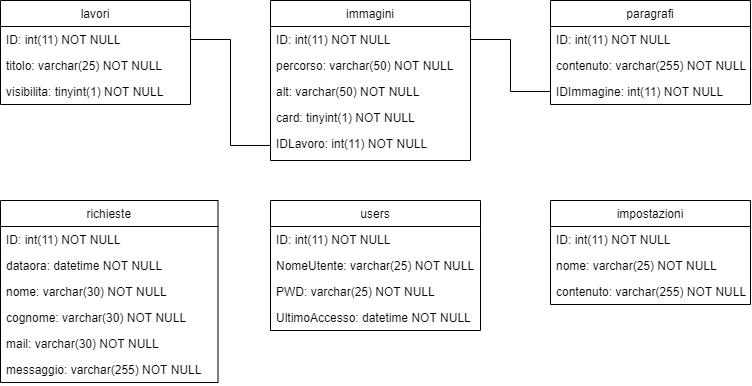
Earlier version of the draw.io export Relazione/latex/images/db.png (httpedo13/progettotecweb). Source tidied: cells renumbered, new cells last; positions are measured from the earlier drawing's top-left corner, leaving out a move shared by most shapes. Source of this version:
```xml
<mxGraphModel>
  <root>
    <mxCell id="0" />
    <mxCell id="1" parent="0" />
    <mxCell id="2" value="immagini" style="swimlane;fontStyle=0;horizontal=1;startSize=26;fillColor=none;" parent="1" vertex="1">
      <mxGeometry x="270" width="200" height="160" as="geometry" />
    </mxCell>
    <mxCell id="3" value="ID: int(11) NOT NULL" style="text;strokeColor=none;fillColor=none;align=left;verticalAlign=top;spacingLeft=4;spacingRight=4;overflow=hidden;points=[[0,0.5],[1,0.5]];portConstraint=eastwest;" parent="2" vertex="1">
      <mxGeometry y="26" width="200" height="26" as="geometry" />
    </mxCell>
    <mxCell id="4" value="percorso: varchar(50) NOT NULL" style="text;strokeColor=none;fillColor=none;align=left;verticalAlign=top;spacingLeft=4;spacingRight=4;overflow=hidden;" parent="2" vertex="1">
      <mxGeometry y="52" width="200" height="26" as="geometry" />
    </mxCell>
    <mxCell id="5" value="alt: varchar(50) NOT NULL" style="text;strokeColor=none;fillColor=none;align=left;verticalAlign=top;spacingLeft=4;spacingRight=4;overflow=hidden;" parent="2" vertex="1">
      <mxGeometry y="78" width="200" height="26" as="geometry" />
    </mxCell>
    <mxCell id="6" value="card: tinyint(1) NOT NULL" style="text;strokeColor=none;fillColor=none;align=left;verticalAlign=top;spacingLeft=4;spacingRight=4;overflow=hidden;" parent="2" vertex="1">
      <mxGeometry y="104" width="200" height="26" as="geometry" />
    </mxCell>
    <mxCell id="7" value="IDLavoro: int(11) NOT NULL" style="text;strokeColor=none;fillColor=none;align=left;verticalAlign=top;spacingLeft=4;spacingRight=4;overflow=hidden;points=[[0,0.5],[1,0.5]];portConstraint=eastwest;" parent="2" vertex="1">
      <mxGeometry y="130" width="200" height="30" as="geometry" />
    </mxCell>
    <mxCell id="8" value="lavori" style="swimlane;fontStyle=0;horizontal=1;startSize=26;fillColor=none;" parent="1" vertex="1">
      <mxGeometry width="190" height="104" as="geometry" />
    </mxCell>
    <mxCell id="9" value="ID: int(11) NOT NULL" style="text;strokeColor=none;fillColor=none;align=left;verticalAlign=top;spacingLeft=4;spacingRight=4;overflow=hidden;points=[[0,0.5],[1,0.5]];portConstraint=eastwest;" parent="8" vertex="1">
      <mxGeometry y="26" width="190" height="26" as="geometry" />
    </mxCell>
    <mxCell id="10" value="titolo: varchar(25) NOT NULL" style="text;strokeColor=none;fillColor=none;align=left;verticalAlign=top;spacingLeft=4;spacingRight=4;overflow=hidden;" parent="8" vertex="1">
      <mxGeometry y="52" width="190" height="26" as="geometry" />
    </mxCell>
    <mxCell id="11" value="visibilita: tinyint(1) NOT NULL" style="text;strokeColor=none;fillColor=none;align=left;verticalAlign=top;spacingLeft=4;spacingRight=4;overflow=hidden;" parent="8" vertex="1">
      <mxGeometry y="78" width="190" height="26" as="geometry" />
    </mxCell>
    <mxCell id="12" style="rounded=0;jettySize=auto;html=1;exitX=1;exitY=0.5;exitDx=0;exitDy=0;entryX=0;entryY=0.5;entryDx=0;entryDy=0;edgeStyle=orthogonalEdgeStyle;endArrow=none;endFill=0;" parent="1" edge="1" source="9" target="7">
      <mxGeometry relative="1" as="geometry" />
    </mxCell>
    <mxCell id="13" value="impostazioni" style="swimlane;fontStyle=0;horizontal=1;startSize=26;fillColor=none;" parent="1" vertex="1">
      <mxGeometry x="550" y="200" width="200" height="104" as="geometry" />
    </mxCell>
    <mxCell id="14" value="ID: int(11) NOT NULL" style="text;strokeColor=none;fillColor=none;align=left;verticalAlign=top;spacingLeft=4;spacingRight=4;overflow=hidden;" parent="13" vertex="1">
      <mxGeometry y="26" width="200" height="26" as="geometry" />
    </mxCell>
    <mxCell id="15" value="nome: varchar(25) NOT NULL" style="text;strokeColor=none;fillColor=none;align=left;verticalAlign=top;spacingLeft=4;spacingRight=4;overflow=hidden;" parent="13" vertex="1">
      <mxGeometry y="52" width="200" height="26" as="geometry" />
    </mxCell>
    <mxCell id="16" value="contenuto: varchar(255) NOT NULL" style="text;strokeColor=none;fillColor=none;align=left;verticalAlign=top;spacingLeft=4;spacingRight=4;overflow=hidden;" parent="13" vertex="1">
      <mxGeometry y="78" width="200" height="26" as="geometry" />
    </mxCell>
    <mxCell id="17" value="richieste" style="swimlane;fontStyle=0;horizontal=1;startSize=26;fillColor=none;" parent="1" vertex="1">
      <mxGeometry y="200" width="217.5" height="182" as="geometry" />
    </mxCell>
    <mxCell id="18" value="ID: int(11) NOT NULL" style="text;strokeColor=none;fillColor=none;align=left;verticalAlign=top;spacingLeft=4;spacingRight=4;overflow=hidden;" parent="17" vertex="1">
      <mxGeometry y="26" width="217.5" height="26" as="geometry" />
    </mxCell>
    <mxCell id="19" value="dataora: datetime NOT NULL" style="text;strokeColor=none;fillColor=none;align=left;verticalAlign=top;spacingLeft=4;spacingRight=4;overflow=hidden;" parent="17" vertex="1">
      <mxGeometry y="52" width="217.5" height="26" as="geometry" />
    </mxCell>
    <mxCell id="20" value="nome: varchar(30) NOT NULL" style="text;strokeColor=none;fillColor=none;align=left;verticalAlign=top;spacingLeft=4;spacingRight=4;overflow=hidden;" parent="17" vertex="1">
      <mxGeometry y="78" width="217.5" height="26" as="geometry" />
    </mxCell>
    <mxCell id="21" value="cognome: varchar(30) NOT NULL" style="text;strokeColor=none;fillColor=none;align=left;verticalAlign=top;spacingLeft=4;spacingRight=4;overflow=hidden;" parent="17" vertex="1">
      <mxGeometry y="104" width="217.5" height="26" as="geometry" />
    </mxCell>
    <mxCell id="22" value="mail: varchar(30) NOT NULL" style="text;strokeColor=none;fillColor=none;align=left;verticalAlign=top;spacingLeft=4;spacingRight=4;overflow=hidden;" parent="17" vertex="1">
      <mxGeometry y="130" width="217.5" height="26" as="geometry" />
    </mxCell>
    <mxCell id="23" value="messaggio: varchar(255) NOT NULL" style="text;strokeColor=none;fillColor=none;align=left;verticalAlign=top;spacingLeft=4;spacingRight=4;overflow=hidden;" parent="17" vertex="1">
      <mxGeometry y="156" width="217.5" height="26" as="geometry" />
    </mxCell>
    <mxCell id="24" value="users" style="swimlane;fontStyle=0;horizontal=1;startSize=26;fillColor=none;" parent="1" vertex="1">
      <mxGeometry x="270" y="200" width="210" height="130" as="geometry" />
    </mxCell>
    <mxCell id="25" value="ID: int(11) NOT NULL" style="text;strokeColor=none;fillColor=none;align=left;verticalAlign=top;spacingLeft=4;spacingRight=4;overflow=hidden;" parent="24" vertex="1">
      <mxGeometry y="26" width="210" height="26" as="geometry" />
    </mxCell>
    <mxCell id="26" value="NomeUtente: varchar(25) NOT NULL" style="text;strokeColor=none;fillColor=none;align=left;verticalAlign=top;spacingLeft=4;spacingRight=4;overflow=hidden;" parent="24" vertex="1">
      <mxGeometry y="52" width="210" height="26" as="geometry" />
    </mxCell>
    <mxCell id="27" value="PWD: varchar(25) NOT NULL" style="text;strokeColor=none;fillColor=none;align=left;verticalAlign=top;spacingLeft=4;spacingRight=4;overflow=hidden;" parent="24" vertex="1">
      <mxGeometry y="78" width="210" height="26" as="geometry" />
    </mxCell>
    <mxCell id="28" value="UltimoAccesso: datetime NOT NULL" style="text;strokeColor=none;fillColor=none;align=left;verticalAlign=top;spacingLeft=4;spacingRight=4;overflow=hidden;" parent="24" vertex="1">
      <mxGeometry y="104" width="210" height="26" as="geometry" />
    </mxCell>
    <mxCell id="29" value="paragrafi" style="swimlane;fontStyle=0;horizontal=1;startSize=26;fillColor=none;" parent="1" vertex="1">
      <mxGeometry x="550" width="200" height="104" as="geometry" />
    </mxCell>
    <mxCell id="30" value="ID: int(11) NOT NULL" style="text;strokeColor=none;fillColor=none;align=left;verticalAlign=top;spacingLeft=4;spacingRight=4;overflow=hidden;" parent="29" vertex="1">
      <mxGeometry y="26" width="200" height="26" as="geometry" />
    </mxCell>
    <mxCell id="31" value="contenuto: varchar(255) NOT NULL" style="text;strokeColor=none;fillColor=none;align=left;verticalAlign=top;spacingLeft=4;spacingRight=4;overflow=hidden;" parent="29" vertex="1">
      <mxGeometry y="52" width="200" height="26" as="geometry" />
    </mxCell>
    <mxCell id="32" value="IDImmagine: int(11) NOT NULL" style="text;strokeColor=none;fillColor=none;align=left;verticalAlign=top;spacingLeft=4;spacingRight=4;overflow=hidden;points=[[0,0.5],[1,0.5]];portConstraint=eastwest;" parent="29" vertex="1">
      <mxGeometry y="78" width="200" height="26" as="geometry" />
    </mxCell>
    <mxCell id="33" style="edgeStyle=orthogonalEdgeStyle;rounded=0;jettySize=auto;html=1;entryX=0;entryY=0.5;entryDx=0;entryDy=0;endArrow=none;endFill=0;" parent="1" edge="1" source="3" target="32">
      <mxGeometry relative="1" as="geometry" />
    </mxCell>
  </root>
</mxGraphModel>
```
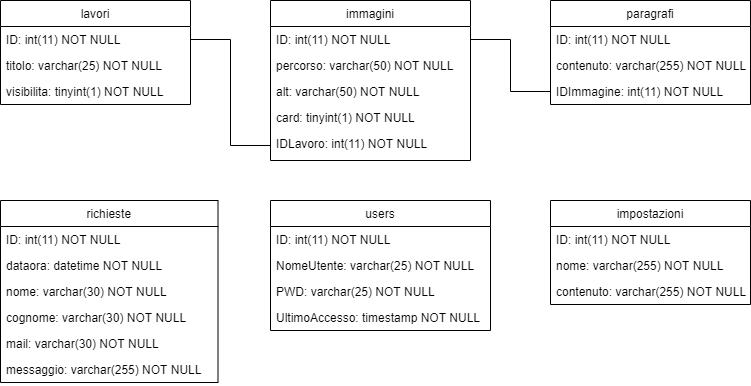
The same file after the commit.

What changed in the source:
```diff
@@ -41,7 +41,7 @@
     <mxCell id="14" value="ID: int(11) NOT NULL" style="text;strokeColor=none;fillColor=none;align=left;verticalAlign=top;spacingLeft=4;spacingRight=4;overflow=hidden;" parent="13" vertex="1">
       <mxGeometry y="26" width="200" height="26" as="geometry" />
     </mxCell>
-    <mxCell id="15" value="nome: varchar(25) NOT NULL" style="text;strokeColor=none;fillColor=none;align=left;verticalAlign=top;spacingLeft=4;spacingRight=4;overflow=hidden;" parent="13" vertex="1">
+    <mxCell id="15" value="nome: varchar(255) NOT NULL" style="text;strokeColor=none;fillColor=none;align=left;verticalAlign=top;spacingLeft=4;spacingRight=4;overflow=hidden;" parent="13" vertex="1">
       <mxGeometry y="52" width="200" height="26" as="geometry" />
     </mxCell>
     <mxCell id="16" value="contenuto: varchar(255) NOT NULL" style="text;strokeColor=none;fillColor=none;align=left;verticalAlign=top;spacingLeft=4;spacingRight=4;overflow=hidden;" parent="13" vertex="1">
@@ -69,19 +69,19 @@
       <mxGeometry y="156" width="217.5" height="26" as="geometry" />
     </mxCell>
     <mxCell id="24" value="users" style="swimlane;fontStyle=0;horizontal=1;startSize=26;fillColor=none;" parent="1" vertex="1">
-      <mxGeometry x="270" y="200" width="210" height="130" as="geometry" />
+      <mxGeometry x="270" y="200" width="220" height="130" as="geometry" />
     </mxCell>
     <mxCell id="25" value="ID: int(11) NOT NULL" style="text;strokeColor=none;fillColor=none;align=left;verticalAlign=top;spacingLeft=4;spacingRight=4;overflow=hidden;" parent="24" vertex="1">
-      <mxGeometry y="26" width="210" height="26" as="geometry" />
+      <mxGeometry y="26" width="220" height="26" as="geometry" />
     </mxCell>
     <mxCell id="26" value="NomeUtente: varchar(25) NOT NULL" style="text;strokeColor=none;fillColor=none;align=left;verticalAlign=top;spacingLeft=4;spacingRight=4;overflow=hidden;" parent="24" vertex="1">
-      <mxGeometry y="52" width="210" height="26" as="geometry" />
+      <mxGeometry y="52" width="220" height="26" as="geometry" />
     </mxCell>
     <mxCell id="27" value="PWD: varchar(25) NOT NULL" style="text;strokeColor=none;fillColor=none;align=left;verticalAlign=top;spacingLeft=4;spacingRight=4;overflow=hidden;" parent="24" vertex="1">
-      <mxGeometry y="78" width="210" height="26" as="geometry" />
+      <mxGeometry y="78" width="220" height="26" as="geometry" />
     </mxCell>
-    <mxCell id="28" value="UltimoAccesso: datetime NOT NULL" style="text;strokeColor=none;fillColor=none;align=left;verticalAlign=top;spacingLeft=4;spacingRight=4;overflow=hidden;" parent="24" vertex="1">
-      <mxGeometry y="104" width="210" height="26" as="geometry" />
+    <mxCell id="28" value="UltimoAccesso: timestamp NOT NULL" style="text;strokeColor=none;fillColor=none;align=left;verticalAlign=top;spacingLeft=4;spacingRight=4;overflow=hidden;" parent="24" vertex="1">
+      <mxGeometry y="104" width="220" height="26" as="geometry" />
     </mxCell>
     <mxCell id="29" value="paragrafi" style="swimlane;fontStyle=0;horizontal=1;startSize=26;fillColor=none;" parent="1" vertex="1">
       <mxGeometry x="550" width="200" height="104" as="geometry" />
```
